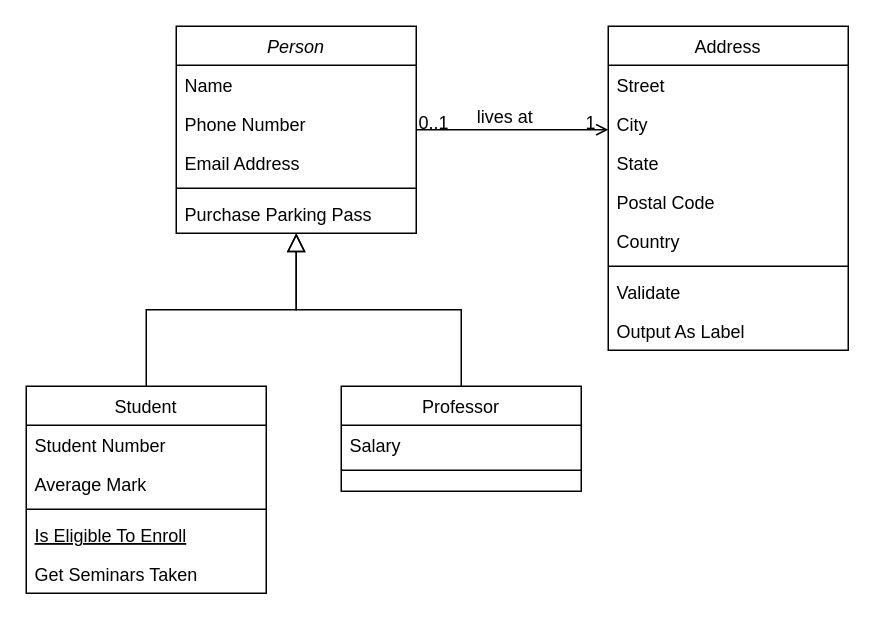
ashu7mishra/LLD keeps this draw.io diagram as Class_Diagram_&_Implementation/Pen/Pen_class_diagram.drawio. Above is the earlier version. Source tidied: cells renumbered, new cells numbered last; positions are measured from the earlier drawing's top-left corner, leaving out a move shared by most shapes. Both pictures are drawn from the tidied source at 150%, with x=0, y=0 at pixel (26, 26).
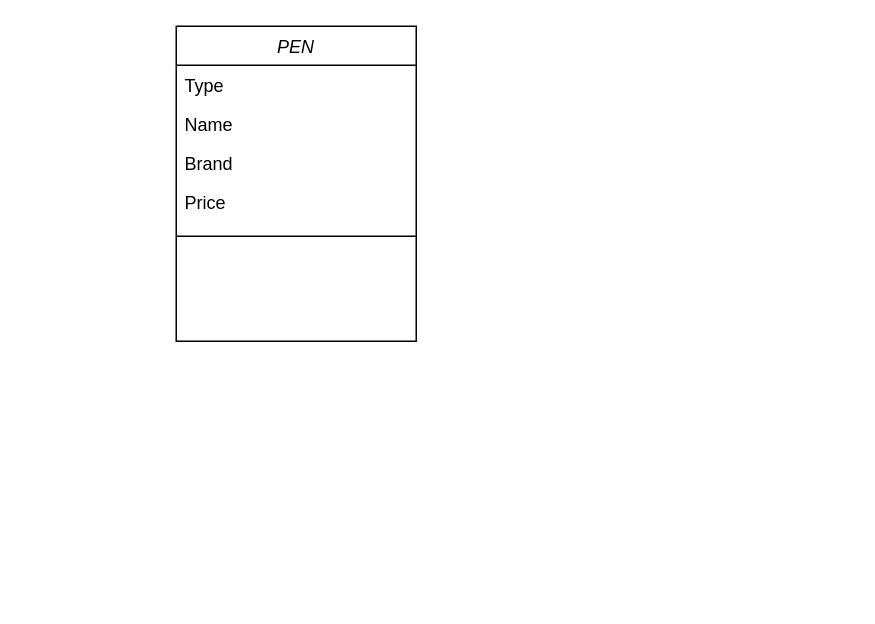
The same page after the edit.

Diff of the diagram source:
```diff
@@
-    <mxCell id="2" value="Person" style="swimlane;fontStyle=2;align=center;verticalAlign=top;horizontal=1;startSize=26;rounded=0;shadow=0;strokeWidth=1;" parent="1" vertex="1">
-      <mxGeometry x="100" width="160" height="138" as="geometry" />
+    <mxCell id="2" value="PEN" style="swimlane;fontStyle=2;align=center;verticalAlign=top;horizontal=1;startSize=26;rounded=0;shadow=0;strokeWidth=1;" parent="1" vertex="1">
+      <mxGeometry x="100" width="160" height="210" as="geometry" />
     </mxCell>
-    <mxCell id="3" value="Name" style="text;align=left;verticalAlign=top;spacingLeft=4;spacingRight=4;overflow=hidden;" parent="2" vertex="1">
+    <mxCell id="3" value="Type" style="text;align=left;verticalAlign=top;spacingLeft=4;spacingRight=4;overflow=hidden;" parent="2" vertex="1">
       <mxGeometry y="26" width="160" height="26" as="geometry" />
     </mxCell>
-    <mxCell id="4" value="Phone Number" style="text;align=left;verticalAlign=top;spacingLeft=4;spacingRight=4;overflow=hidden;rounded=0;shadow=0;html=0;" parent="2" vertex="1">
+    <mxCell id="4" value="Name" style="text;align=left;verticalAlign=top;spacingLeft=4;spacingRight=4;overflow=hidden;rounded=0;shadow=0;html=0;" parent="2" vertex="1">
       <mxGeometry y="52" width="160" height="26" as="geometry" />
     </mxCell>
-    <mxCell id="5" value="Email Address" style="text;align=left;verticalAlign=top;spacingLeft=4;spacingRight=4;overflow=hidden;rounded=0;shadow=0;html=0;" parent="2" vertex="1">
+    <mxCell id="5" value="Brand" style="text;align=left;verticalAlign=top;spacingLeft=4;spacingRight=4;overflow=hidden;rounded=0;shadow=0;html=0;" parent="2" vertex="1">
       <mxGeometry y="78" width="160" height="26" as="geometry" />
     </mxCell>
-    <mxCell id="6" style="line;html=1;strokeWidth=1;align=left;verticalAlign=middle;spacingTop=-1;spacingLeft=3;spacingRight=3;labelPosition=right;" parent="2" vertex="1">
-      <mxGeometry y="104" width="160" height="8" as="geometry" />
-    </mxCell>
-    <mxCell id="7" value="Purchase Parking Pass" style="text;align=left;verticalAlign=top;spacingLeft=4;spacingRight=4;overflow=hidden;" parent="2" vertex="1">
-      <mxGeometry y="112" width="160" height="26" as="geometry" />
-    </mxCell>
-    <mxCell id="8" value="Student" style="swimlane;fontStyle=0;align=center;verticalAlign=top;horizontal=1;startSize=26;rounded=0;shadow=0;strokeWidth=1;" parent="1" vertex="1">
-      <mxGeometry y="240" width="160" height="138" as="geometry" />
-    </mxCell>
-    <mxCell id="9" value="Student Number" style="text;align=left;verticalAlign=top;spacingLeft=4;spacingRight=4;overflow=hidden;" parent="8" vertex="1">
-      <mxGeometry y="26" width="160" height="26" as="geometry" />
-    </mxCell>
-    <mxCell id="10" value="Average Mark" style="text;align=left;verticalAlign=top;spacingLeft=4;spacingRight=4;overflow=hidden;rounded=0;shadow=0;html=0;" parent="8" vertex="1">
-      <mxGeometry y="52" width="160" height="26" as="geometry" />
-    </mxCell>
-    <mxCell id="11" style="line;html=1;strokeWidth=1;align=left;verticalAlign=middle;spacingTop=-1;spacingLeft=3;spacingRight=3;labelPosition=right;" parent="8" vertex="1">
-      <mxGeometry y="78" width="160" height="8" as="geometry" />
-    </mxCell>
-    <mxCell id="12" value="Is Eligible To Enroll" style="text;align=left;verticalAlign=top;spacingLeft=4;spacingRight=4;overflow=hidden;fontStyle=4;" parent="8" vertex="1">
-      <mxGeometry y="86" width="160" height="26" as="geometry" />
-    </mxCell>
-    <mxCell id="13" value="Get Seminars Taken" style="text;align=left;verticalAlign=top;spacingLeft=4;spacingRight=4;overflow=hidden;" parent="8" vertex="1">
-      <mxGeometry y="112" width="160" height="26" as="geometry" />
-    </mxCell>
-    <mxCell id="14" style="endArrow=block;endSize=10;endFill=0;shadow=0;strokeWidth=1;rounded=0;curved=0;edgeStyle=elbowEdgeStyle;elbow=vertical;" parent="1" edge="1" source="8" target="2">
-      <mxGeometry relative="1" as="geometry" />
-    </mxCell>
-    <mxCell id="15" value="Professor" style="swimlane;fontStyle=0;align=center;verticalAlign=top;horizontal=1;startSize=26;rounded=0;shadow=0;strokeWidth=1;" parent="1" vertex="1">
-      <mxGeometry x="210" y="240" width="160" height="70" as="geometry" />
-    </mxCell>
-    <mxCell id="16" value="Salary" style="text;align=left;verticalAlign=top;spacingLeft=4;spacingRight=4;overflow=hidden;" parent="15" vertex="1">
-      <mxGeometry y="26" width="160" height="26" as="geometry" />
-    </mxCell>
-    <mxCell id="17" style="line;html=1;strokeWidth=1;align=left;verticalAlign=middle;spacingTop=-1;spacingLeft=3;spacingRight=3;labelPosition=right;" parent="15" vertex="1">
-      <mxGeometry y="52" width="160" height="8" as="geometry" />
-    </mxCell>
-    <mxCell id="18" style="endArrow=block;endSize=10;endFill=0;shadow=0;strokeWidth=1;rounded=0;curved=0;edgeStyle=elbowEdgeStyle;elbow=vertical;" parent="1" edge="1" source="15" target="2">
-      <mxGeometry relative="1" as="geometry" />
-    </mxCell>
-    <mxCell id="19" value="Address" style="swimlane;fontStyle=0;align=center;verticalAlign=top;horizontal=1;startSize=26;rounded=0;shadow=0;strokeWidth=1;" parent="1" vertex="1">
-      <mxGeometry x="388" width="160" height="216" as="geometry" />
-    </mxCell>
-    <mxCell id="20" value="Street" style="text;align=left;verticalAlign=top;spacingLeft=4;spacingRight=4;overflow=hidden;" parent="19" vertex="1">
-      <mxGeometry y="26" width="160" height="26" as="geometry" />
-    </mxCell>
-    <mxCell id="21" value="City" style="text;align=left;verticalAlign=top;spacingLeft=4;spacingRight=4;overflow=hidden;rounded=0;shadow=0;html=0;" parent="19" vertex="1">
-      <mxGeometry y="52" width="160" height="26" as="geometry" />
-    </mxCell>
-    <mxCell id="22" value="State" style="text;align=left;verticalAlign=top;spacingLeft=4;spacingRight=4;overflow=hidden;rounded=0;shadow=0;html=0;" parent="19" vertex="1">
-      <mxGeometry y="78" width="160" height="26" as="geometry" />
-    </mxCell>
-    <mxCell id="23" value="Postal Code" style="text;align=left;verticalAlign=top;spacingLeft=4;spacingRight=4;overflow=hidden;rounded=0;shadow=0;html=0;" parent="19" vertex="1">
-      <mxGeometry y="104" width="160" height="26" as="geometry" />
-    </mxCell>
-    <mxCell id="24" value="Country" style="text;align=left;verticalAlign=top;spacingLeft=4;spacingRight=4;overflow=hidden;rounded=0;shadow=0;html=0;" parent="19" vertex="1">
-      <mxGeometry y="130" width="160" height="26" as="geometry" />
-    </mxCell>
-    <mxCell id="25" style="line;html=1;strokeWidth=1;align=left;verticalAlign=middle;spacingTop=-1;spacingLeft=3;spacingRight=3;labelPosition=right;" parent="19" vertex="1">
-      <mxGeometry y="156" width="160" height="8" as="geometry" />
-    </mxCell>
-    <mxCell id="26" value="Validate" style="text;align=left;verticalAlign=top;spacingLeft=4;spacingRight=4;overflow=hidden;" parent="19" vertex="1">
-      <mxGeometry y="164" width="160" height="26" as="geometry" />
-    </mxCell>
-    <mxCell id="27" value="Output As Label" style="text;align=left;verticalAlign=top;spacingLeft=4;spacingRight=4;overflow=hidden;" parent="19" vertex="1">
-      <mxGeometry y="190" width="160" height="26" as="geometry" />
-    </mxCell>
-    <mxCell id="28" style="endArrow=open;shadow=0;strokeWidth=1;rounded=0;curved=0;endFill=1;edgeStyle=elbowEdgeStyle;elbow=vertical;" parent="1" edge="1" source="2" target="19">
-      <mxGeometry x="0.5" y="41" relative="1" as="geometry">
-        <mxPoint x="-40" y="32" as="offset" />
-      </mxGeometry>
-    </mxCell>
-    <mxCell id="29" value="0..1" style="align=left;verticalAlign=bottom;labelBackgroundColor=none;fontSize=12;" parent="28" vertex="1">
-      <mxGeometry x="-1" relative="1" as="geometry">
-        <mxPoint y="4" as="offset" />
-      </mxGeometry>
-    </mxCell>
-    <mxCell id="30" value="1" style="align=right;verticalAlign=bottom;labelBackgroundColor=none;fontSize=12;" parent="28" vertex="1">
-      <mxGeometry x="1" relative="1" as="geometry">
-        <mxPoint x="-7" y="4" as="offset" />
-      </mxGeometry>
-    </mxCell>
-    <mxCell id="31" value="lives at" style="text;html=1;align=center;verticalAlign=middle;labelBackgroundColor=none;rounded=0;shadow=0;strokeWidth=1;fontSize=12;" parent="28" vertex="1">
-      <mxGeometry x="0.5" y="49" relative="1" as="geometry">
-        <mxPoint x="-38" y="40" as="offset" />
-      </mxGeometry>
-    </mxCell>
+    <mxCell id="32" value="Price" style="text;align=left;verticalAlign=top;spacingLeft=4;spacingRight=4;overflow=hidden;rounded=0;shadow=0;html=0;" parent="1" vertex="1">
+      <mxGeometry x="100" y="104" width="160" height="26" as="geometry" />
+    </mxCell>
+    <mxCell id="33" style="endArrow=none;html=1;rounded=0;" parent="1" edge="1">
+      <mxGeometry relative="1" as="geometry">
+        <mxPoint x="100" y="140" as="sourcePoint" />
+        <mxPoint x="260" y="140" as="targetPoint" />
+        <Array as="points">
+          <mxPoint x="100" y="140" />
+        </Array>
+      </mxGeometry>
+    </mxCell>
```
